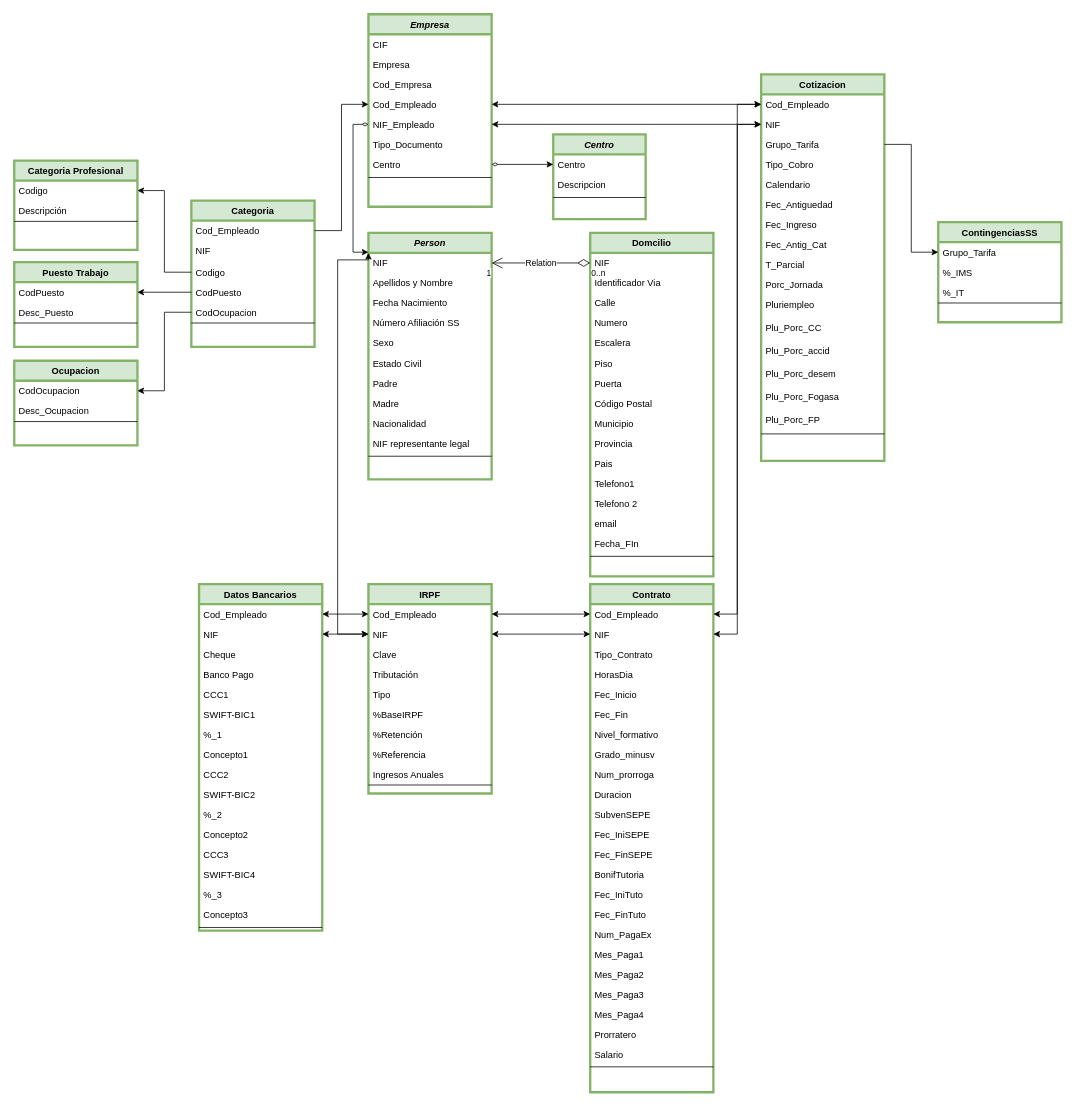
Above: A3.drawio in Als001/Als001 (draw.io), before the change. Source tidied: cells renumbered, new cells numbered last; positions are measured from the earlier drawing's top-left corner, leaving out a move shared by most shapes. Both pictures are drawn from the tidied source at 77%, with x=0, y=0 at pixel (14, 14).
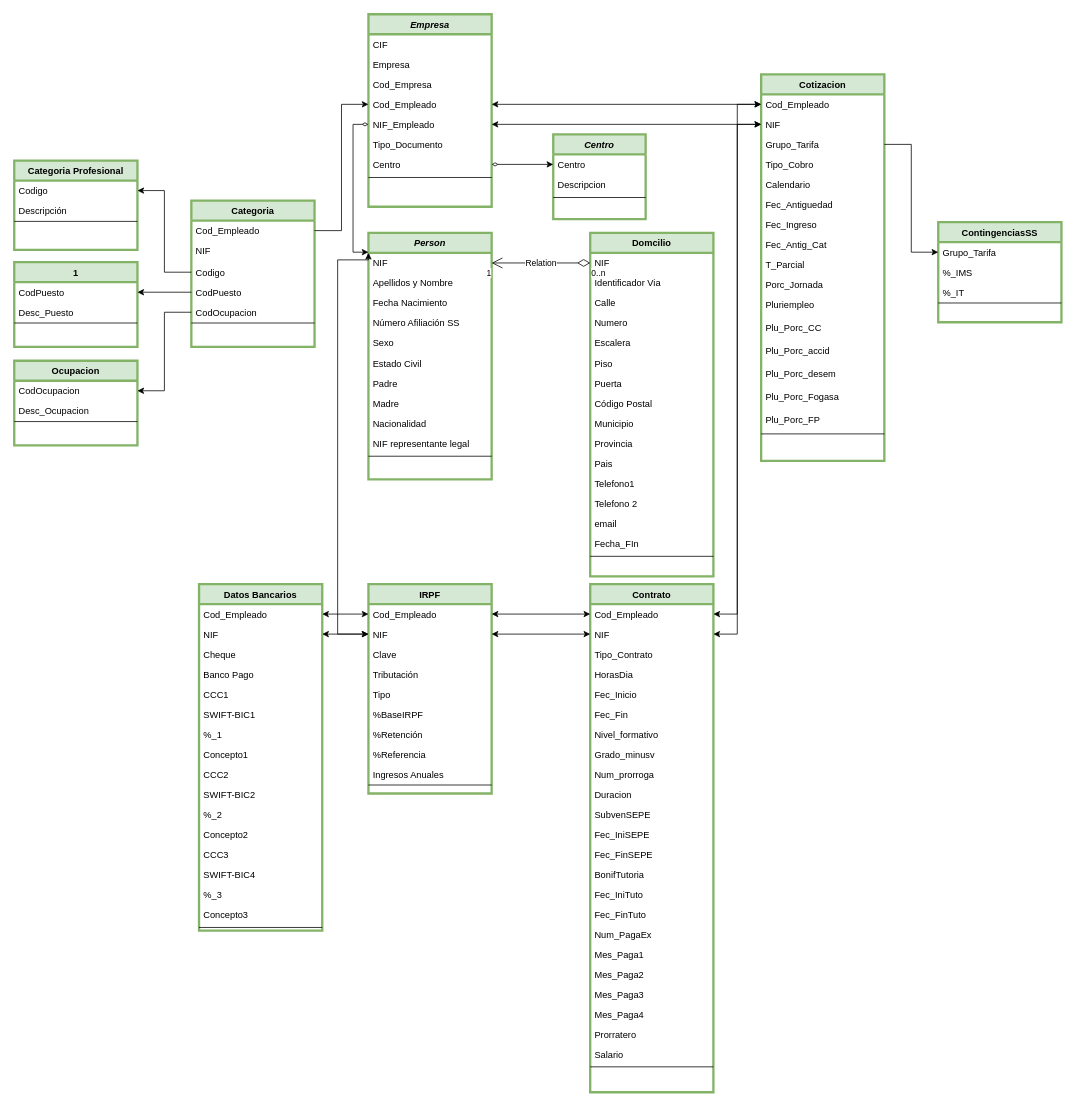
Above is the later version.

Change to the diagram source:
```diff
@@
-    <mxCell id="94" value="Puesto Trabajo" style="swimlane;fontStyle=1;align=center;verticalAlign=top;horizontal=1;startSize=26;rounded=0;shadow=0;strokeWidth=3;fillColor=#d5e8d4;strokeColor=#82b366;" parent="1" vertex="1">
+    <mxCell id="94" value="1" style="swimlane;fontStyle=1;align=center;verticalAlign=top;horizontal=1;startSize=26;rounded=0;shadow=0;strokeWidth=3;fillColor=#d5e8d4;strokeColor=#82b366;" parent="1" vertex="1">
       <mxGeometry y="322" width="160" height="110" as="geometry" />
     </mxCell>
```
